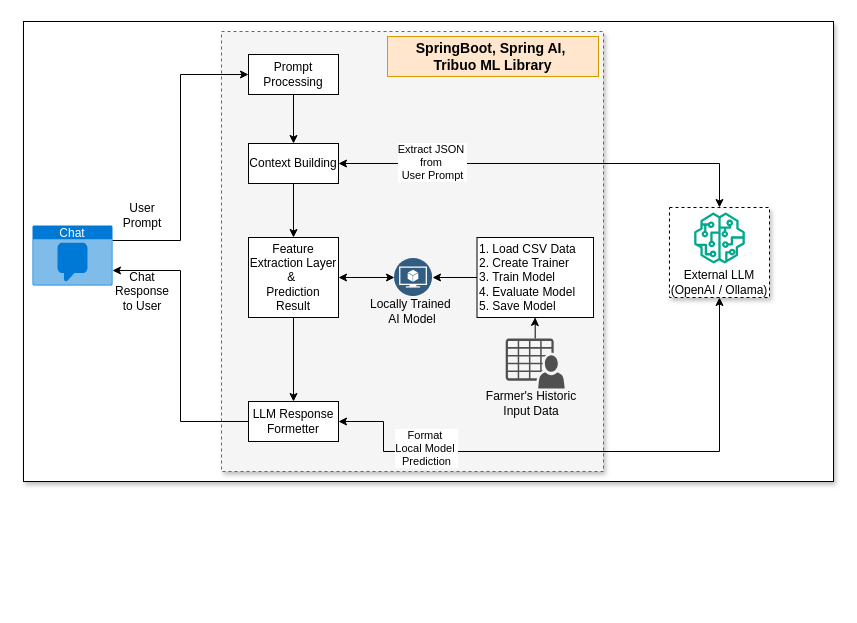
Earlier version of the draw.io diagram reference/trend-analysis.drawio (hiren-rshah/trend-analysis). Source tidied: cells renumbered, new cells numbered last; positions are measured from the earlier drawing's top-left corner, leaving out a move shared by most shapes. Both pictures are drawn from the tidied source at 100%, with x=0, y=0 at pixel (23, 21).
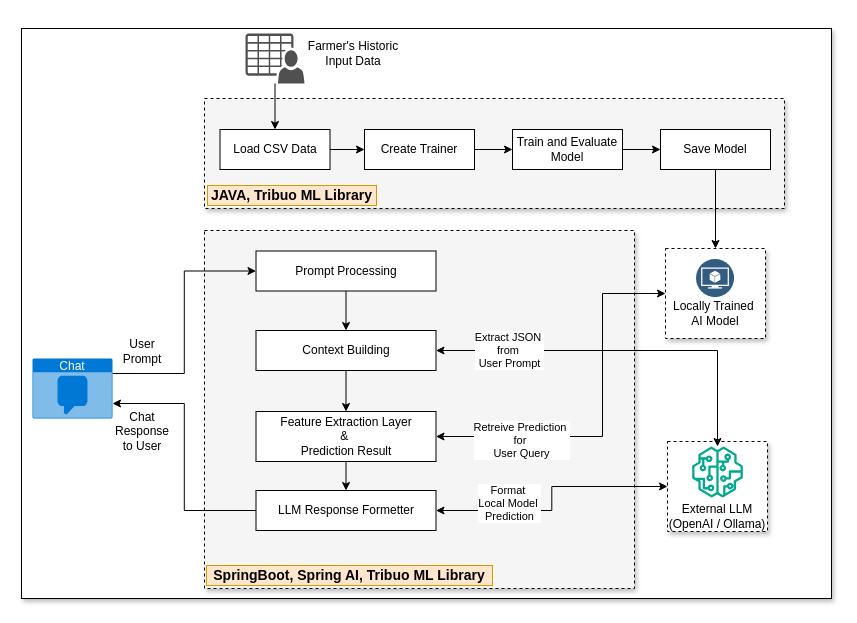
After the change.

Commit message (it also covers changes not shown here):
Updated HighLevel Architecture Diagram

Diff of the diagram source:
```diff
@@
-    <mxCell id="2" style="rounded=0;whiteSpace=wrap;html=1;shadow=1;glass=0;gradientColor=none;gradientDirection=north;" parent="1" vertex="1">
-      <mxGeometry width="810" height="460" as="geometry" />
-    </mxCell>
-    <mxCell id="3" style="rounded=0;whiteSpace=wrap;html=1;shadow=1;dashed=1;" parent="1" vertex="1">
-      <mxGeometry x="646" y="186" width="100" height="90" as="geometry" />
-    </mxCell>
-    <mxCell id="4" style="rounded=0;whiteSpace=wrap;html=1;shadow=1;dashed=1;" parent="1" vertex="1">
-      <mxGeometry x="420.5" y="207" width="100" height="90" as="geometry" />
-    </mxCell>
-    <mxCell id="5" style="rounded=0;whiteSpace=wrap;html=1;shadow=1;dashed=1;fillColor=#f5f5f5;fontColor=#333333;strokeColor=#666666;" parent="1" vertex="1">
-      <mxGeometry x="198" y="10" width="382" height="440" as="geometry" />
-    </mxCell>
+    <mxCell id="33" style="rounded=0;whiteSpace=wrap;html=1;shadow=1;glass=0;gradientColor=none;gradientDirection=north;" parent="1" vertex="1">
+      <mxGeometry x="-2" y="7" width="810" height="570" as="geometry" />
+    </mxCell>
+    <mxCell id="34" style="rounded=0;whiteSpace=wrap;html=1;shadow=1;dashed=1;" parent="1" vertex="1">
+      <mxGeometry x="642" y="227" width="100" height="90" as="geometry" />
+    </mxCell>
+    <mxCell id="35" style="rounded=0;whiteSpace=wrap;html=1;shadow=1;dashed=1;fillColor=#f5f5f5;fontColor=#333333;strokeColor=#000000;" parent="1" vertex="1">
+      <mxGeometry x="181" y="209" width="430" height="358" as="geometry" />
+    </mxCell>
+    <mxCell id="36" style="rounded=0;whiteSpace=wrap;html=1;shadow=1;dashed=1;" parent="1" vertex="1">
+      <mxGeometry x="644" y="420" width="100" height="90" as="geometry" />
+    </mxCell>
+    <mxCell id="37" style="rounded=0;whiteSpace=wrap;html=1;shadow=1;dashed=1;fillColor=#f5f5f5;fontColor=#333333;strokeColor=#000000;" parent="1" vertex="1">
+      <mxGeometry x="181" y="77" width="580" height="110" as="geometry" />
+    </mxCell>
@@
     <mxCell id="7" value="Chat" style="html=1;whiteSpace=wrap;strokeColor=none;fillColor=#0079D6;labelPosition=center;verticalLabelPosition=middle;verticalAlign=top;align=center;fontSize=12;outlineConnect=0;spacingTop=-6;fontColor=#FFFFFF;sketch=0;shape=mxgraph.sitemap.chat;" parent="1" vertex="1">
-      <mxGeometry x="9" y="204" width="80" height="60" as="geometry" />
+      <mxGeometry x="9" y="337" width="80" height="60" as="geometry" />
     </mxCell>
@@
     <mxCell id="9" value="Prompt Processing" style="rounded=0;whiteSpace=wrap;html=1;" parent="1" vertex="1">
-      <mxGeometry x="225" y="33" width="90" height="40" as="geometry" />
+      <mxGeometry x="232.5" y="229.5" width="180" height="40" as="geometry" />
     </mxCell>
-    <mxCell id="10" style="sketch=0;shadow=0;dashed=0;html=1;strokeColor=none;fillColor=#505050;labelPosition=center;verticalLabelPosition=bottom;verticalAlign=top;outlineConnect=0;align=center;shape=mxgraph.office.users.csv_file;" parent="1" vertex="1">
-      <mxGeometry x="482.2" y="317" width="59" height="50" as="geometry" />
-    </mxCell>
-    <mxCell id="11" value="&lt;span style=&quot;background-color: transparent; color: light-dark(rgb(0, 0, 0), rgb(255, 255, 255));&quot;&gt;1. Load CSV Data&lt;/span&gt;&lt;br&gt;&lt;span style=&quot;background-color: transparent; color: light-dark(rgb(0, 0, 0), rgb(255, 255, 255));&quot;&gt;2. Create Trainer&lt;/span&gt;&lt;br&gt;&lt;span style=&quot;background-color: transparent; color: light-dark(rgb(0, 0, 0), rgb(255, 255, 255));&quot;&gt;3. Train Model&lt;/span&gt;&lt;br&gt;&lt;span style=&quot;background-color: transparent; color: light-dark(rgb(0, 0, 0), rgb(255, 255, 255));&quot;&gt;4. Evaluate Model&lt;/span&gt;&lt;br&gt;&lt;span style=&quot;background-color: transparent; color: light-dark(rgb(0, 0, 0), rgb(255, 255, 255));&quot;&gt;5. Save Model&lt;/span&gt;" style="rounded=0;whiteSpace=wrap;html=1;align=left;" parent="1" vertex="1">
-      <mxGeometry x="453.5" y="216" width="116.5" height="80" as="geometry" />
-    </mxCell>
-    <mxCell id="12" style="edgeStyle=orthogonalEdgeStyle;rounded=0;jettySize=auto;html=1;exitX=0;exitY=0.5;exitDx=0;exitDy=0;entryX=1;entryY=0.5;entryDx=0;entryDy=0;" parent="1" edge="1" source="11" target="28">
-      <mxGeometry relative="1" as="geometry" />
-    </mxCell>
-    <mxCell id="13" style="sketch=0;fontColor=#232F3E;gradientColor=none;fillColor=#01A88D;strokeColor=none;dashed=0;verticalLabelPosition=bottom;verticalAlign=top;align=center;html=1;fontSize=12;fontStyle=0;shape=mxgraph.aws4.sagemaker_model;" parent="1" vertex="1">
-      <mxGeometry x="670.5" y="191" width="51" height="51" as="geometry" />
-    </mxCell>
+    <mxCell id="38" style="sketch=0;shadow=0;dashed=0;html=1;strokeColor=none;fillColor=#505050;labelPosition=center;verticalLabelPosition=bottom;verticalAlign=top;outlineConnect=0;align=center;shape=mxgraph.office.users.csv_file;" parent="1" vertex="1">
+      <mxGeometry x="222" y="12" width="59" height="50" as="geometry" />
+    </mxCell>
+    <mxCell id="39" style="edgeStyle=orthogonalEdgeStyle;rounded=0;jettySize=auto;html=1;exitX=0.5;exitY=0;exitDx=0;exitDy=0;endArrow=none;endFill=0;startArrow=classic;startFill=1;" parent="1" edge="1" source="41" target="38">
+      <mxGeometry relative="1" as="geometry" />
+    </mxCell>
+    <mxCell id="40" style="edgeStyle=orthogonalEdgeStyle;rounded=0;jettySize=auto;html=1;exitX=1;exitY=0.5;exitDx=0;exitDy=0;entryX=0;entryY=0.5;entryDx=0;entryDy=0;" parent="1" edge="1" source="41" target="48">
+      <mxGeometry relative="1" as="geometry" />
+    </mxCell>
+    <mxCell id="41" value="&lt;span style=&quot;background-color: transparent; color: light-dark(rgb(0, 0, 0), rgb(255, 255, 255));&quot;&gt;Load CSV Data&lt;/span&gt;" style="rounded=0;whiteSpace=wrap;html=1;align=center;" parent="1" vertex="1">
+      <mxGeometry x="196.5" y="108" width="110" height="40" as="geometry" />
+    </mxCell>
+    <mxCell id="42" style="sketch=0;outlineConnect=0;fontColor=#232F3E;gradientColor=none;fillColor=#01A88D;strokeColor=none;dashed=0;verticalLabelPosition=bottom;verticalAlign=top;align=center;html=1;fontSize=12;fontStyle=0;shape=mxgraph.aws4.sagemaker_model;" parent="1" vertex="1">
+      <mxGeometry x="668.5" y="425" width="51" height="51" as="geometry" />
+    </mxCell>
     <mxCell id="14" value="Farmer's Historic Input&amp;nbsp;&lt;span style=&quot;background-color: transparent; color: light-dark(rgb(0, 0, 0), rgb(255, 255, 255));&quot;&gt;Data&lt;/span&gt;" style="text;html=1;whiteSpace=wrap;strokeColor=none;fillColor=none;align=center;verticalAlign=middle;rounded=0;" parent="1" vertex="1">
-      <mxGeometry x="450" y="367" width="116" height="30" as="geometry" />
+      <mxGeometry x="272" y="17" width="116" height="30" as="geometry" />
     </mxCell>
+    <mxCell id="43" style="edgeStyle=orthogonalEdgeStyle;rounded=0;jettySize=auto;html=1;entryX=1;entryY=0.5;entryDx=0;entryDy=0;exitX=0;exitY=0.5;exitDx=0;exitDy=0;startArrow=classic;startFill=1;" parent="1" edge="1" source="34" target="18">
+      <mxGeometry relative="1" as="geometry">
+        <Array as="points">
+          <mxPoint x="579" y="272" />
+          <mxPoint x="579" y="415" />
+        </Array>
+      </mxGeometry>
+    </mxCell>
+    <mxCell id="44" value="Retreive Prediction&amp;nbsp;&lt;div&gt;for&amp;nbsp;&lt;/div&gt;&lt;div&gt;User Query&lt;/div&gt;" style="edgeLabel;html=1;align=center;verticalAlign=middle;" parent="43" vertex="1">
+      <mxGeometry x="0.54" y="3" relative="1" as="geometry">
+        <mxPoint x="-1" as="offset" />
+      </mxGeometry>
+    </mxCell>
     <mxCell id="15" value="Locally Trained&amp;nbsp;&lt;div&gt;AI Model&lt;/div&gt;" style="text;html=1;whiteSpace=wrap;strokeColor=none;fillColor=none;align=center;verticalAlign=middle;rounded=0;" parent="1" vertex="1">
-      <mxGeometry x="339" y="282" width="100" height="15" as="geometry" />
+      <mxGeometry x="642" y="284" width="100" height="15" as="geometry" />
     </mxCell>
@@
-    <mxCell id="17" style="edgeStyle=orthogonalEdgeStyle;rounded=0;jettySize=auto;html=1;exitX=1;exitY=0.5;exitDx=0;exitDy=0;entryX=0;entryY=0.5;entryDx=0;entryDy=0;startArrow=classic;startFill=1;" parent="1" edge="1" source="18" target="28">
-      <mxGeometry relative="1" as="geometry" />
-    </mxCell>
     <mxCell id="18" value="Feature Extraction Layer&lt;div&gt;&amp;amp;&amp;nbsp;&lt;/div&gt;&lt;div&gt;Prediction Result&lt;/div&gt;" style="rounded=0;whiteSpace=wrap;html=1;" parent="1" vertex="1">
-      <mxGeometry x="225" y="216" width="90" height="80" as="geometry" />
+      <mxGeometry x="232.5" y="390" width="180" height="50" as="geometry" />
     </mxCell>
-    <mxCell id="19" style="edgeStyle=orthogonalEdgeStyle;rounded=0;jettySize=auto;html=1;exitX=1;exitY=0.5;exitDx=0;exitDy=0;entryX=0.5;entryY=1;entryDx=0;entryDy=0;startArrow=classic;startFill=1;" parent="1" edge="1" source="21" target="3">
-      <mxGeometry relative="1" as="geometry">
-        <Array as="points">
-          <mxPoint x="360" y="400" />
-          <mxPoint x="360" y="430" />
-          <mxPoint x="696" y="430" />
-        </Array>
-      </mxGeometry>
-    </mxCell>
-    <mxCell id="20" value="Format&amp;nbsp;&lt;div&gt;Local Model&amp;nbsp;&lt;/div&gt;&lt;div&gt;Prediction&lt;/div&gt;" style="edgeLabel;html=1;align=center;verticalAlign=middle;" parent="19" vertex="1">
-      <mxGeometry x="0.61" y="-1" relative="1" as="geometry">
-        <mxPoint x="-295" y="40" as="offset" />
-      </mxGeometry>
-    </mxCell>
     <mxCell id="21" value="LLM Response Formetter" style="rounded=0;whiteSpace=wrap;html=1;" parent="1" vertex="1">
-      <mxGeometry x="225" y="380" width="90" height="40" as="geometry" />
+      <mxGeometry x="232.5" y="469" width="180" height="40" as="geometry" />
     </mxCell>
     <mxCell id="22" value="Chat Response to User" style="text;html=1;whiteSpace=wrap;strokeColor=none;fillColor=none;align=center;verticalAlign=middle;rounded=0;" parent="1" vertex="1">
-      <mxGeometry x="89" y="255" width="60" height="30" as="geometry" />
+      <mxGeometry x="89" y="395" width="60" height="30" as="geometry" />
     </mxCell>
     <mxCell id="23" value="User Prompt" style="text;html=1;whiteSpace=wrap;strokeColor=none;fillColor=none;align=center;verticalAlign=middle;rounded=0;" parent="1" vertex="1">
-      <mxGeometry x="89" y="179" width="60" height="30" as="geometry" />
+      <mxGeometry x="89" y="315" width="60" height="30" as="geometry" />
     </mxCell>
@@
-    <mxCell id="25" style="edgeStyle=orthogonalEdgeStyle;rounded=0;jettySize=auto;html=1;exitX=1;exitY=0.5;exitDx=0;exitDy=0;entryX=0.5;entryY=0;entryDx=0;entryDy=0;startArrow=classic;startFill=1;" parent="1" edge="1" source="27" target="3">
-      <mxGeometry relative="1" as="geometry" />
-    </mxCell>
+    <mxCell id="45" style="edgeStyle=orthogonalEdgeStyle;rounded=0;jettySize=auto;html=1;exitX=1;exitY=0.5;exitDx=0;exitDy=0;startArrow=classic;startFill=1;" parent="1" edge="1" source="27" target="42">
+      <mxGeometry relative="1" as="geometry" />
+    </mxCell>
-    <mxCell id="26" value="Extract JSON&amp;nbsp;&lt;div&gt;from&amp;nbsp;&lt;/div&gt;&lt;div&gt;User Prompt&lt;/div&gt;" style="edgeLabel;html=1;align=center;verticalAlign=middle;" parent="25" vertex="1">
-      <mxGeometry x="0.01" y="-2" relative="1" as="geometry">
-        <mxPoint x="-122" y="-4" as="offset" />
+    <mxCell id="26" value="Extract JSON&amp;nbsp;&lt;div&gt;from&amp;nbsp;&lt;/div&gt;&lt;div&gt;User Prompt&lt;/div&gt;" style="edgeLabel;html=1;align=center;verticalAlign=middle;" parent="45" vertex="1">
+      <mxGeometry x="0.13" y="1" relative="1" as="geometry">
+        <mxPoint x="-140" as="offset" />
       </mxGeometry>
     </mxCell>
     <mxCell id="27" value="Context Building" style="rounded=0;whiteSpace=wrap;html=1;" parent="1" vertex="1">
-      <mxGeometry x="225" y="122" width="90" height="40" as="geometry" />
+      <mxGeometry x="232.5" y="309" width="180" height="40" as="geometry" />
     </mxCell>
-    <mxCell id="28" style="image;perimeter=ellipsePerimeter;html=1;align=center;shadow=0;dashed=0;fontColor=#4277BB;labelBackgroundColor=default;fontSize=12;spacingTop=3;image=img/lib/ibm/data/model.svg;" parent="1" vertex="1">
-      <mxGeometry x="371" y="237" width="38" height="38" as="geometry" />
-    </mxCell>
+    <mxCell id="46" style="image;perimeter=ellipsePerimeter;html=1;align=center;shadow=0;dashed=0;fontColor=#4277BB;labelBackgroundColor=default;fontSize=12;spacingTop=3;image=img/lib/ibm/data/model.svg;" parent="1" vertex="1">
+      <mxGeometry x="673" y="238" width="38" height="38" as="geometry" />
+    </mxCell>
     <mxCell id="29" value="External LLM&lt;div&gt;(OpenAI / Ollama)&lt;/div&gt;" style="text;html=1;whiteSpace=wrap;strokeColor=none;fillColor=none;align=center;verticalAlign=middle;rounded=0;" parent="1" vertex="1">
-      <mxGeometry x="646" y="253" width="100" height="15" as="geometry" />
+      <mxGeometry x="644" y="487" width="100" height="15" as="geometry" />
     </mxCell>
-    <mxCell id="30" style="edgeStyle=orthogonalEdgeStyle;rounded=0;jettySize=auto;html=1;entryX=0.5;entryY=1;entryDx=0;entryDy=0;" parent="1" edge="1" source="10" target="11">
-      <mxGeometry relative="1" as="geometry" />
-    </mxCell>
+    <mxCell id="47" style="edgeStyle=orthogonalEdgeStyle;rounded=0;jettySize=auto;html=1;exitX=1;exitY=0.5;exitDx=0;exitDy=0;entryX=0;entryY=0.5;entryDx=0;entryDy=0;" parent="1" edge="1" source="48" target="50">
+      <mxGeometry relative="1" as="geometry" />
+    </mxCell>
+    <mxCell id="48" value="&lt;span style=&quot;background-color: transparent; color: light-dark(rgb(0, 0, 0), rgb(255, 255, 255));&quot;&gt;Create Trainer&lt;/span&gt;" style="rounded=0;whiteSpace=wrap;html=1;align=center;" parent="1" vertex="1">
+      <mxGeometry x="341" y="108" width="110" height="40" as="geometry" />
+    </mxCell>
+    <mxCell id="49" style="edgeStyle=orthogonalEdgeStyle;rounded=0;jettySize=auto;html=1;exitX=1;exitY=0.5;exitDx=0;exitDy=0;entryX=0;entryY=0.5;entryDx=0;entryDy=0;" parent="1" edge="1" source="50" target="52">
+      <mxGeometry relative="1" as="geometry" />
+    </mxCell>
+    <mxCell id="50" value="&lt;span style=&quot;background-color: transparent; color: light-dark(rgb(0, 0, 0), rgb(255, 255, 255));&quot;&gt;Train and Evaluate Model&lt;/span&gt;" style="rounded=0;whiteSpace=wrap;html=1;align=center;" parent="1" vertex="1">
+      <mxGeometry x="489" y="108" width="110" height="40" as="geometry" />
+    </mxCell>
+    <mxCell id="51" style="edgeStyle=orthogonalEdgeStyle;rounded=0;jettySize=auto;html=1;exitX=0.5;exitY=1;exitDx=0;exitDy=0;entryX=0.5;entryY=0;entryDx=0;entryDy=0;" parent="1" edge="1" source="52" target="34">
+      <mxGeometry relative="1" as="geometry" />
+    </mxCell>
+    <mxCell id="52" value="&lt;span style=&quot;background-color: transparent; color: light-dark(rgb(0, 0, 0), rgb(255, 255, 255));&quot;&gt;Save Model&lt;/span&gt;" style="rounded=0;whiteSpace=wrap;html=1;align=center;" parent="1" vertex="1">
+      <mxGeometry x="637" y="108" width="110" height="40" as="geometry" />
+    </mxCell>
+    <mxCell id="53" value="&lt;span style=&quot;font-size: 14px;&quot;&gt;&lt;b&gt;JAVA,&amp;nbsp;&lt;/b&gt;&lt;/span&gt;&lt;b style=&quot;background-color: transparent; color: light-dark(rgb(0, 0, 0), rgb(255, 255, 255));&quot;&gt;&lt;font style=&quot;font-size: 14px;&quot;&gt;Tribuo ML Library&lt;/font&gt;&lt;/b&gt;" style="text;html=1;whiteSpace=wrap;strokeColor=#d79b00;fillColor=#ffe6cc;align=center;verticalAlign=middle;rounded=0;" parent="1" vertex="1">
+      <mxGeometry x="184" y="164" width="169" height="20" as="geometry" />
+    </mxCell>
+    <mxCell id="32" value="&lt;b&gt;&lt;font style=&quot;font-size: 14px;&quot;&gt;SpringBoot, Spring AI,&amp;nbsp;&lt;/font&gt;&lt;/b&gt;&lt;b style=&quot;background-color: transparent; color: light-dark(rgb(0, 0, 0), rgb(255, 255, 255));&quot;&gt;&lt;font style=&quot;font-size: 14px;&quot;&gt;Tribuo ML Library&lt;/font&gt;&lt;/b&gt;" style="text;html=1;whiteSpace=wrap;strokeColor=#d79b00;fillColor=#ffe6cc;align=center;verticalAlign=middle;rounded=0;" parent="1" vertex="1">
+      <mxGeometry x="183" y="544" width="286" height="20" as="geometry" />
+    </mxCell>
@@
-    <mxCell id="32" value="&lt;b&gt;&lt;font style=&quot;font-size: 14px;&quot;&gt;SpringBoot, Spring AI,&amp;nbsp;&lt;/font&gt;&lt;/b&gt;&lt;div&gt;&lt;b&gt;&lt;font style=&quot;font-size: 14px;&quot;&gt;Tribuo ML Library&lt;/font&gt;&lt;/b&gt;&lt;/div&gt;" style="text;html=1;whiteSpace=wrap;strokeColor=#d79b00;fillColor=#ffe6cc;align=center;verticalAlign=middle;rounded=0;" parent="1" vertex="1">
-      <mxGeometry x="364" y="15" width="211" height="40" as="geometry" />
-    </mxCell>
+    <mxCell id="54" style="edgeStyle=orthogonalEdgeStyle;rounded=0;jettySize=auto;html=1;exitX=1;exitY=0.5;exitDx=0;exitDy=0;entryX=0;entryY=0.5;entryDx=0;entryDy=0;startArrow=classic;startFill=1;" parent="1" edge="1" source="21" target="36">
+      <mxGeometry relative="1" as="geometry" />
+    </mxCell>
+    <mxCell id="20" value="Format&amp;nbsp;&lt;div&gt;Local Model&amp;nbsp;&lt;/div&gt;&lt;div&gt;Prediction&lt;/div&gt;" style="edgeLabel;html=1;align=center;verticalAlign=middle;" parent="54" vertex="1">
+      <mxGeometry x="-0.04" y="1" relative="1" as="geometry">
+        <mxPoint x="-42" as="offset" />
+      </mxGeometry>
+    </mxCell>
```
